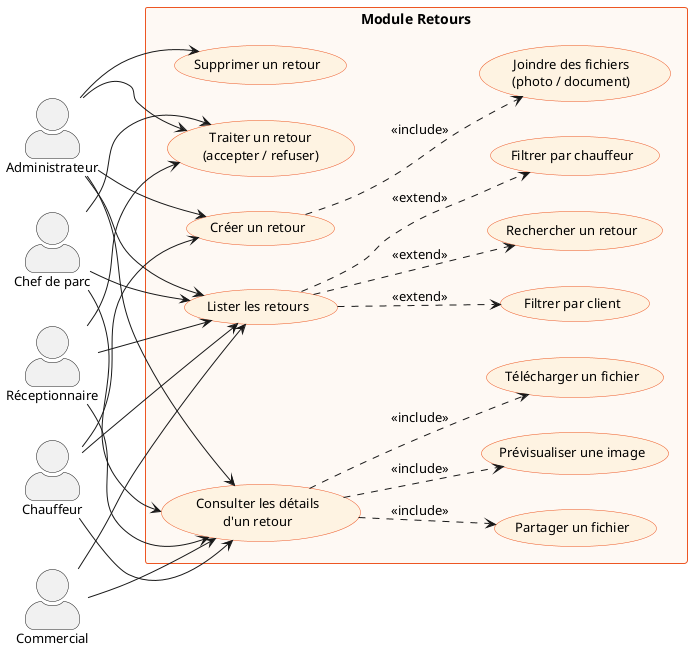
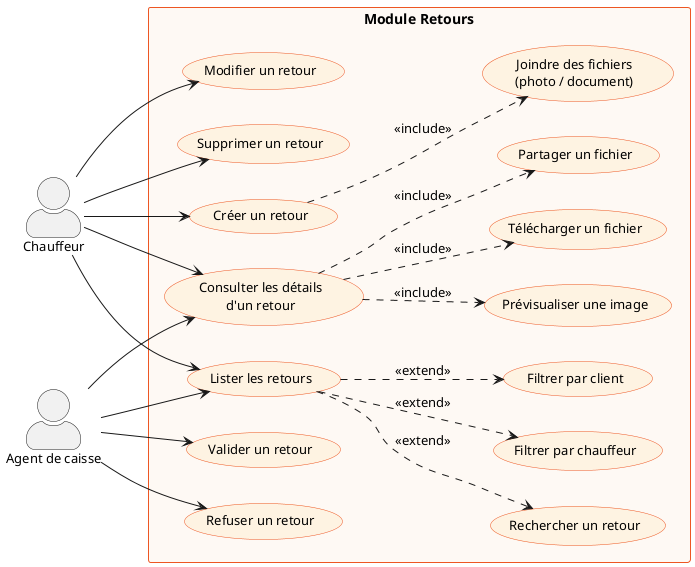
@startuml retours-use-case
left to right direction
skinparam packageStyle rectangle
skinparam actorStyle awesome
skinparam usecaseBackgroundColor #FEF3E2
skinparam usecaseBorderColor #ED5623
skinparam usecaseFontSize 13
skinparam actorFontSize 13
skinparam packageBorderColor #ED5623
skinparam packageFontSize 14

- actor "Administrateur" as Admin
- actor "Chef de parc" as Parc
actor "Chauffeur" as Chauffeur
- actor "Commercial" as Commercial
- actor "Réceptionnaire" as Reception
+ actor "Agent de caisse" as Caisse

rectangle "Module Retours" #FEF9F4 {
  usecase "Lister les retours" as UC1
  usecase "Consulter les détails\nd'un retour" as UC2
  usecase "Créer un retour" as UC3
-   usecase "Traiter un retour\n(accepter / refuser)" as UC4
+   usecase "Modifier un retour" as UC4
  usecase "Supprimer un retour" as UC5
+   usecase "Valider un retour" as UC6
+   usecase "Refuser un retour" as UC7

-   usecase "Rechercher un retour" as UC6
-   usecase "Filtrer par chauffeur" as UC7
-   usecase "Filtrer par client" as UC8
-   usecase "Joindre des fichiers\n(photo / document)" as UC9
-   usecase "Prévisualiser une image" as UC10
-   usecase "Télécharger un fichier" as UC11
-   usecase "Partager un fichier" as UC12
+   usecase "Rechercher un retour" as UC8
+   usecase "Filtrer par chauffeur" as UC9
+   usecase "Filtrer par client" as UC10
+   usecase "Joindre des fichiers\n(photo / document)" as UC11
+   usecase "Prévisualiser une image" as UC12
+   usecase "Télécharger un fichier" as UC13
+   usecase "Partager un fichier" as UC14
}
- 
- Admin --> UC1
- Admin --> UC2
- Admin --> UC3
- Admin --> UC4
- Admin --> UC5
- 
- Parc --> UC1
- Parc --> UC2
- Parc --> UC4

Chauffeur --> UC1
Chauffeur --> UC2
Chauffeur --> UC3
+ Chauffeur --> UC4
+ Chauffeur --> UC5

- Commercial --> UC1
- Commercial --> UC2
+ Caisse --> UC1
+ Caisse --> UC2
+ Caisse --> UC6
+ Caisse --> UC7

- Reception --> UC1
- Reception --> UC2
- Reception --> UC4
- 
- UC1 ..> UC6 : <<extend>>
- UC1 ..> UC7 : <<extend>>
UC1 ..> UC8 : <<extend>>
- UC3 ..> UC9 : <<include>>
- UC2 ..> UC10 : <<include>>
- UC2 ..> UC11 : <<include>>
+ UC1 ..> UC9 : <<extend>>
+ UC1 ..> UC10 : <<extend>>
+ UC3 ..> UC11 : <<include>>
UC2 ..> UC12 : <<include>>
+ UC2 ..> UC13 : <<include>>
+ UC2 ..> UC14 : <<include>>

@enduml